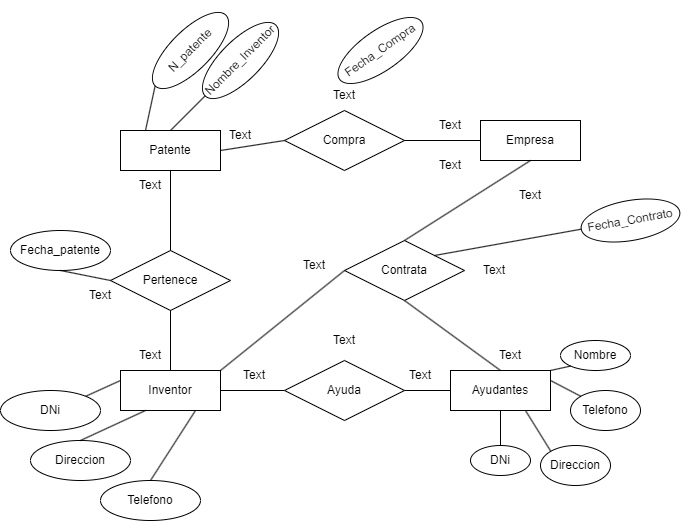
This is Tema2/Tarea2/Ejercicio9.drawio.png from Joseman2000LR/Bae, a draw.io export, as it was before one commit. Source tidied: cells renumbered, new cells last; positions are measured from the earlier drawing's top-left corner, leaving out a move shared by most shapes.
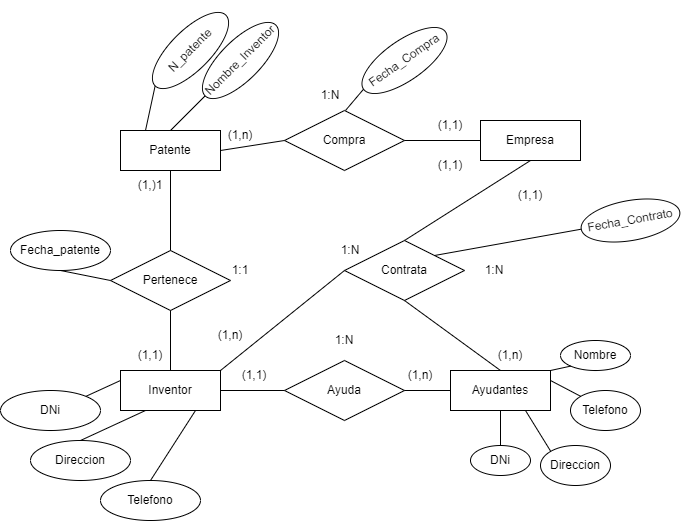
After the commit.

What changed in the source:
```diff
@@ -114,7 +114,7 @@
       <mxGeometry relative="1" as="geometry" />
     </mxCell>
     <mxCell id="39" value="Fecha_Compra" style="ellipse;whiteSpace=wrap;html=1;align=center;rotation=-35;" parent="1" vertex="1">
-      <mxGeometry x="330" width="100" height="40" as="geometry" />
+      <mxGeometry x="354" y="10" width="100" height="40" as="geometry" />
     </mxCell>
     <mxCell id="40" value="Fecha_Contrato" style="ellipse;whiteSpace=wrap;html=1;align=center;rotation=-10;" parent="1" vertex="1">
       <mxGeometry x="580" y="170" width="100" height="40" as="geometry" />
@@ -122,47 +122,53 @@
     <mxCell id="41" style="endArrow=none;html=1;rounded=0;entryX=0;entryY=0.5;entryDx=0;entryDy=0;exitX=1;exitY=0;exitDx=0;exitDy=0;" parent="1" edge="1" source="26" target="40">
       <mxGeometry relative="1" as="geometry" />
     </mxCell>
-    <mxCell id="42" value="Text" style="text;html=1;strokeColor=none;fillColor=none;align=center;verticalAlign=middle;whiteSpace=wrap;rounded=0;" parent="1" vertex="1">
+    <mxCell id="42" value="(1,)1" style="text;html=1;strokeColor=none;fillColor=none;align=center;verticalAlign=middle;whiteSpace=wrap;rounded=0;" parent="1" vertex="1">
       <mxGeometry x="120" y="140" width="60" height="30" as="geometry" />
     </mxCell>
-    <mxCell id="43" value="Text" style="text;html=1;strokeColor=none;fillColor=none;align=center;verticalAlign=middle;whiteSpace=wrap;rounded=0;" parent="1" vertex="1">
-      <mxGeometry x="70" y="250" width="60" height="30" as="geometry" />
+    <mxCell id="43" value="1:1" style="text;html=1;strokeColor=none;fillColor=none;align=center;verticalAlign=middle;whiteSpace=wrap;rounded=0;" parent="1" vertex="1">
+      <mxGeometry x="210" y="225" width="60" height="30" as="geometry" />
     </mxCell>
-    <mxCell id="44" value="Text" style="text;html=1;strokeColor=none;fillColor=none;align=center;verticalAlign=middle;whiteSpace=wrap;rounded=0;" parent="1" vertex="1">
-      <mxGeometry x="284" y="220" width="60" height="30" as="geometry" />
+    <mxCell id="44" value="1:N" style="text;html=1;strokeColor=none;fillColor=none;align=center;verticalAlign=middle;whiteSpace=wrap;rounded=0;" parent="1" vertex="1">
+      <mxGeometry x="320" y="205" width="60" height="30" as="geometry" />
     </mxCell>
-    <mxCell id="45" value="Text" style="text;html=1;strokeColor=none;fillColor=none;align=center;verticalAlign=middle;whiteSpace=wrap;rounded=0;" parent="1" vertex="1">
+    <mxCell id="45" value="(1,n)" style="text;html=1;strokeColor=none;fillColor=none;align=center;verticalAlign=middle;whiteSpace=wrap;rounded=0;" parent="1" vertex="1">
       <mxGeometry x="390" y="330" width="60" height="30" as="geometry" />
     </mxCell>
-    <mxCell id="46" value="Text" style="text;html=1;strokeColor=none;fillColor=none;align=center;verticalAlign=middle;whiteSpace=wrap;rounded=0;" parent="1" vertex="1">
+    <mxCell id="46" value="(1,1)" style="text;html=1;strokeColor=none;fillColor=none;align=center;verticalAlign=middle;whiteSpace=wrap;rounded=0;" parent="1" vertex="1">
       <mxGeometry x="224" y="330" width="60" height="30" as="geometry" />
     </mxCell>
-    <mxCell id="47" value="Text" style="text;html=1;strokeColor=none;fillColor=none;align=center;verticalAlign=middle;whiteSpace=wrap;rounded=0;" parent="1" vertex="1">
+    <mxCell id="47" value="1:N" style="text;html=1;strokeColor=none;fillColor=none;align=center;verticalAlign=middle;whiteSpace=wrap;rounded=0;" parent="1" vertex="1">
       <mxGeometry x="314" y="295" width="60" height="30" as="geometry" />
     </mxCell>
-    <mxCell id="48" value="Text" style="text;html=1;strokeColor=none;fillColor=none;align=center;verticalAlign=middle;whiteSpace=wrap;rounded=0;" parent="1" vertex="1">
+    <mxCell id="48" value="(1,1)" style="text;html=1;strokeColor=none;fillColor=none;align=center;verticalAlign=middle;whiteSpace=wrap;rounded=0;" parent="1" vertex="1">
       <mxGeometry x="120" y="310" width="60" height="30" as="geometry" />
     </mxCell>
-    <mxCell id="49" value="Text" style="text;html=1;strokeColor=none;fillColor=none;align=center;verticalAlign=middle;whiteSpace=wrap;rounded=0;" parent="1" vertex="1">
+    <mxCell id="49" value="(1,n)" style="text;html=1;strokeColor=none;fillColor=none;align=center;verticalAlign=middle;whiteSpace=wrap;rounded=0;" parent="1" vertex="1">
       <mxGeometry x="210" y="90" width="60" height="30" as="geometry" />
     </mxCell>
-    <mxCell id="50" value="Text" style="text;html=1;strokeColor=none;fillColor=none;align=center;verticalAlign=middle;whiteSpace=wrap;rounded=0;" parent="1" vertex="1">
+    <mxCell id="50" value="(1,1)" style="text;html=1;strokeColor=none;fillColor=none;align=center;verticalAlign=middle;whiteSpace=wrap;rounded=0;" parent="1" vertex="1">
       <mxGeometry x="420" y="80" width="60" height="30" as="geometry" />
     </mxCell>
-    <mxCell id="51" value="Text" style="text;html=1;strokeColor=none;fillColor=none;align=center;verticalAlign=middle;whiteSpace=wrap;rounded=0;" parent="1" vertex="1">
-      <mxGeometry x="314" y="50" width="60" height="30" as="geometry" />
+    <mxCell id="51" value="1:N" style="text;html=1;strokeColor=none;fillColor=none;align=center;verticalAlign=middle;whiteSpace=wrap;rounded=0;" parent="1" vertex="1">
+      <mxGeometry x="300" y="50" width="60" height="30" as="geometry" />
     </mxCell>
-    <mxCell id="52" value="Text" style="text;html=1;strokeColor=none;fillColor=none;align=center;verticalAlign=middle;whiteSpace=wrap;rounded=0;" parent="1" vertex="1">
+    <mxCell id="52" value="(1,1)" style="text;html=1;strokeColor=none;fillColor=none;align=center;verticalAlign=middle;whiteSpace=wrap;rounded=0;" parent="1" vertex="1">
       <mxGeometry x="500" y="150" width="60" height="30" as="geometry" />
     </mxCell>
-    <mxCell id="53" value="Text" style="text;html=1;strokeColor=none;fillColor=none;align=center;verticalAlign=middle;whiteSpace=wrap;rounded=0;" parent="1" vertex="1">
+    <mxCell id="53" value="(1,1)" style="text;html=1;strokeColor=none;fillColor=none;align=center;verticalAlign=middle;whiteSpace=wrap;rounded=0;" parent="1" vertex="1">
       <mxGeometry x="420" y="120" width="60" height="30" as="geometry" />
     </mxCell>
-    <mxCell id="54" value="Text" style="text;html=1;strokeColor=none;fillColor=none;align=center;verticalAlign=middle;whiteSpace=wrap;rounded=0;" parent="1" vertex="1">
+    <mxCell id="54" value="1:N" style="text;html=1;strokeColor=none;fillColor=none;align=center;verticalAlign=middle;whiteSpace=wrap;rounded=0;" parent="1" vertex="1">
       <mxGeometry x="464" y="225" width="60" height="30" as="geometry" />
     </mxCell>
-    <mxCell id="55" value="Text" style="text;html=1;strokeColor=none;fillColor=none;align=center;verticalAlign=middle;whiteSpace=wrap;rounded=0;" parent="1" vertex="1">
+    <mxCell id="55" value="(1,n)" style="text;html=1;strokeColor=none;fillColor=none;align=center;verticalAlign=middle;whiteSpace=wrap;rounded=0;" parent="1" vertex="1">
       <mxGeometry x="480" y="310" width="60" height="30" as="geometry" />
     </mxCell>
+    <mxCell id="56" value="(1,n)" style="text;html=1;strokeColor=none;fillColor=none;align=center;verticalAlign=middle;whiteSpace=wrap;rounded=0;" parent="1" vertex="1">
+      <mxGeometry x="200" y="290" width="60" height="30" as="geometry" />
+    </mxCell>
+    <mxCell id="57" style="endArrow=none;html=1;entryX=0;entryY=0.5;entryDx=0;entryDy=0;exitX=0.75;exitY=1;exitDx=0;exitDy=0;" parent="1" edge="1" source="51" target="39">
+      <mxGeometry relative="1" as="geometry" />
+    </mxCell>
   </root>
 </mxGraphModel>
```
